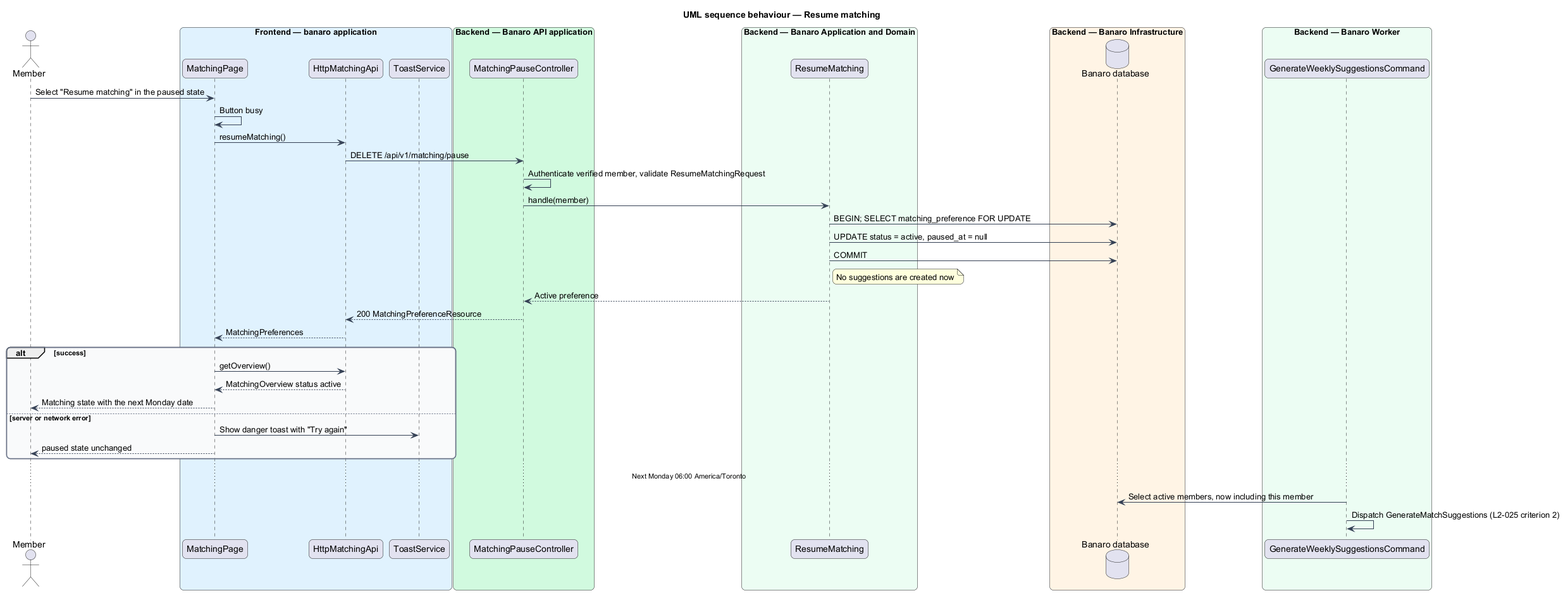
Above: docs/detailed-designs/matching/pause-and-resume-matching/diagrams/sequence-resume.png in QuinntyneBrown/banaro (PlantUML), before the change. Source of this version:
```plantuml
@startuml
title UML sequence behaviour — Resume matching
skinparam backgroundColor #FFFFFF
skinparam shadowing false
skinparam roundcorner 12
skinparam defaultFontName Arial
skinparam ArrowColor #344054
skinparam rectangle {
  BorderColor #344054
  FontColor #101828
}
skinparam package {
  BorderColor #667085
  FontColor #101828
  BackgroundColor #F9FAFB
}
actor "Member" as actor
box "Frontend — banaro application" #E0F2FE
  participant "MatchingPage" as page
  participant "HttpMatchingApi" as client
  participant "ToastService" as toast
end box
box "Backend — Banaro API application" #D1FADF
  participant "MatchingPauseController" as controller
end box
box "Backend — Banaro Application and Domain" #ECFDF3
  participant "ResumeMatching" as action
end box
box "Backend — Banaro Infrastructure" #FFF4E5
  database "Banaro database" as db
end box
box "Backend — Banaro Worker" #ECFDF3
  participant "GenerateWeeklySuggestionsCommand" as cmd
end box

actor -> page : Select "Resume matching" in the paused state
page -> page : Button busy
page -> client : resumeMatching()
client -> controller : DELETE /api/v1/matching/pause
controller -> controller : Authenticate verified member, validate ResumeMatchingRequest
controller -> action : handle(member)
action -> db : BEGIN; SELECT matching_preference FOR UPDATE
action -> db : UPDATE status = active, paused_at = null
action -> db : COMMIT
note right of action : No suggestions are created now
action --> controller : Active preference
controller --> client : 200 MatchingPreferenceResource
client --> page : MatchingPreferences
alt success
  page -> client : getOverview()
  client --> page : MatchingOverview status active
  page --> actor : Matching state with the next Monday date
else server or network error
  page -> toast : Show danger toast with "Try again"
  page --> actor : paused state unchanged
end
... Next Monday 06:00 America/Toronto ...
cmd -> db : Select active members, now including this member
cmd -> cmd : Dispatch GenerateMatchSuggestions (L2-025 criterion 2)
@enduml
```
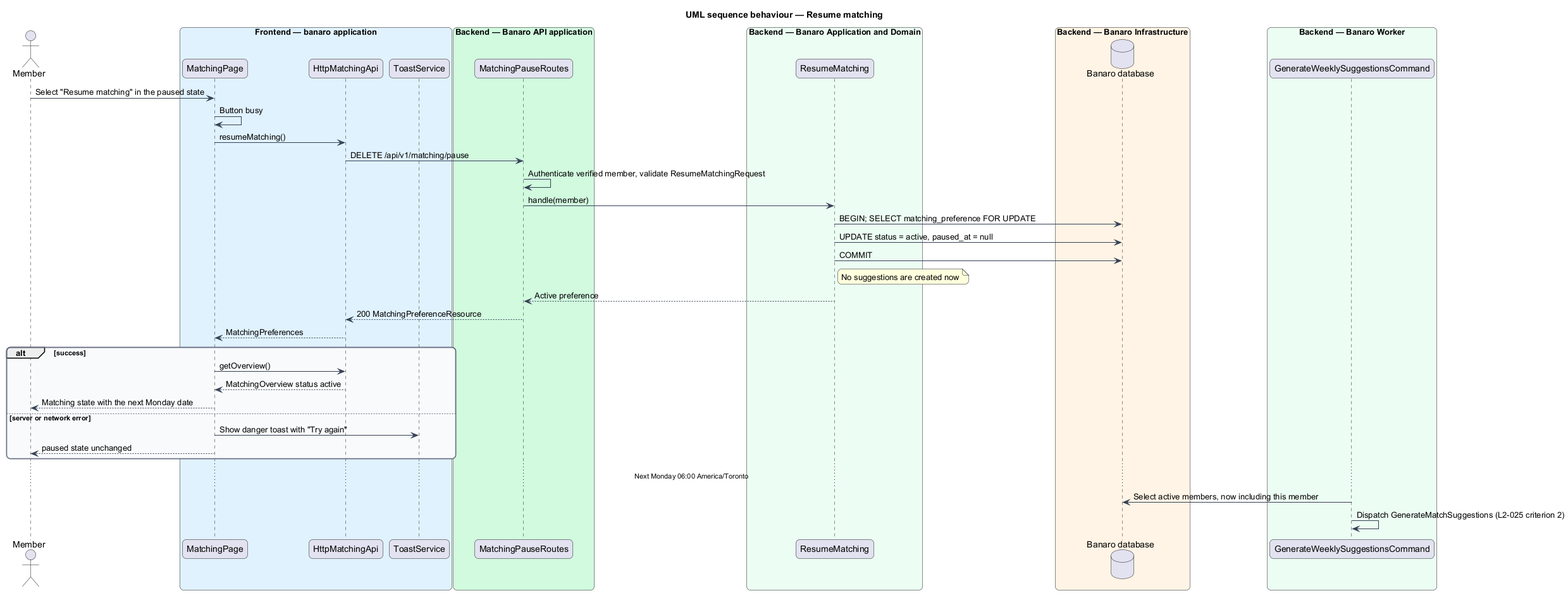
After the commit.

The edit, as a diff of the source:
```diff
@@ -21,7 +21,7 @@
   participant "ToastService" as toast
 end box
 box "Backend — Banaro API application" #D1FADF
-  participant "MatchingPauseController" as controller
+  participant "MatchingPauseRoutes" as controller
 end box
 box "Backend — Banaro Application and Domain" #ECFDF3
   participant "ResumeMatching" as action
```
